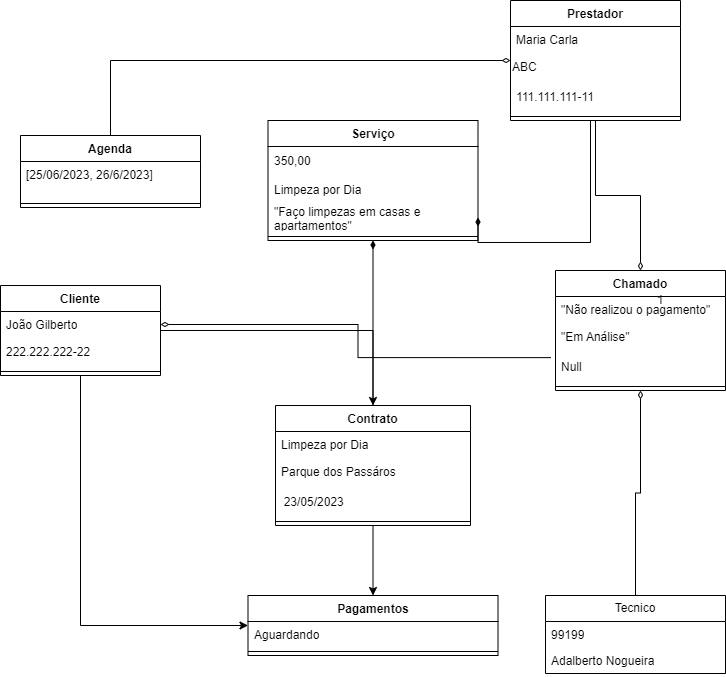
Earlier version of the draw.io export images/Objetos_Jobber.drawio.png (fabioschiavi/Jobber). Source tidied: cells renumbered, new cells last; positions are measured from the earlier drawing's top-left corner, leaving out a move shared by most shapes.
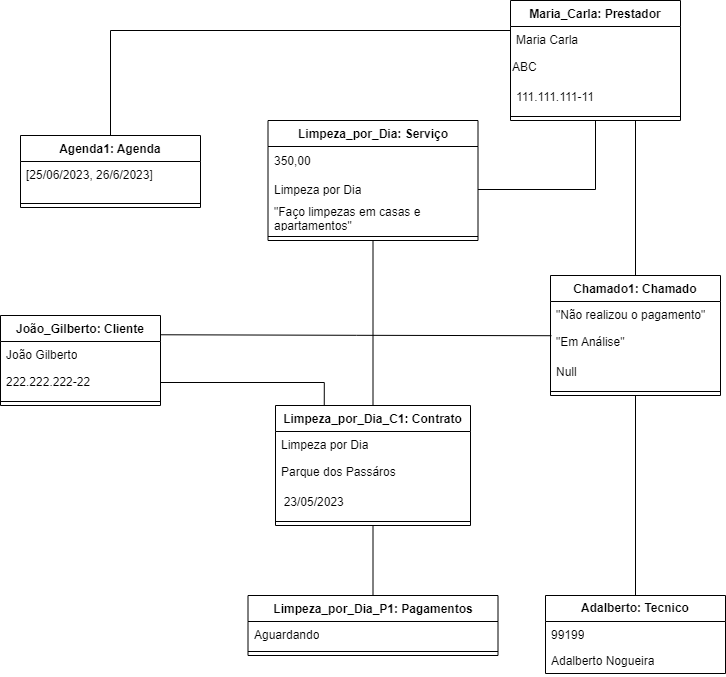
Above is the later version.

Commit message:
Atualização Diagramas de Classe e Objeto

Change to the diagram source:
```diff
@@ -2,13 +2,7 @@
   <root>
     <mxCell id="0" />
     <mxCell id="1" parent="0" />
-    <mxCell id="2" style="edgeStyle=orthogonalEdgeStyle;rounded=0;jettySize=auto;html=1;entryX=0.5;entryY=0;entryDx=0;entryDy=0;" parent="1" edge="1" source="4" target="9">
-      <mxGeometry relative="1" as="geometry" />
-    </mxCell>
-    <mxCell id="3" style="edgeStyle=orthogonalEdgeStyle;rounded=0;jettySize=auto;html=1;startArrow=none;startFill=0;endArrow=diamondThin;endFill=1;" parent="1" edge="1" source="4" target="34">
-      <mxGeometry relative="1" as="geometry" />
-    </mxCell>
-    <mxCell id="4" value="Contrato" style="swimlane;fontStyle=1;align=center;verticalAlign=top;horizontal=1;startSize=26;whiteSpace=wrap;html=1;" parent="1" vertex="1">
+    <mxCell id="4" value="Limpeza_por_Dia_C1: Contrato" style="swimlane;fontStyle=1;align=center;verticalAlign=top;horizontal=1;startSize=26;whiteSpace=wrap;html=1;" parent="1" vertex="1">
       <mxGeometry x="275" y="405" width="195" height="120" as="geometry" />
     </mxCell>
     <mxCell id="5" value="Limpeza por Dia" style="text;strokeColor=none;fillColor=none;align=left;verticalAlign=top;spacingLeft=4;spacingRight=4;overflow=hidden;whiteSpace=wrap;html=1;" parent="4" vertex="1">
@@ -23,7 +17,7 @@
     <mxCell id="8" style="line;strokeWidth=1;fillColor=none;align=left;verticalAlign=middle;spacingTop=-1;spacingLeft=3;spacingRight=3;labelPosition=right;strokeColor=inherit;" parent="4" vertex="1">
       <mxGeometry y="112" width="195" height="8" as="geometry" />
     </mxCell>
-    <mxCell id="9" value="Pagamentos" style="swimlane;fontStyle=1;align=center;verticalAlign=top;horizontal=1;startSize=26;whiteSpace=wrap;html=1;" parent="1" vertex="1">
+    <mxCell id="9" value="Limpeza_por_Dia_P1: Pagamentos" style="swimlane;fontStyle=1;align=center;verticalAlign=top;horizontal=1;startSize=26;whiteSpace=wrap;html=1;" parent="1" vertex="1">
       <mxGeometry x="247.5" y="595" width="250" height="60" as="geometry" />
     </mxCell>
     <mxCell id="10" value="Aguardando" style="text;strokeColor=none;fillColor=none;align=left;verticalAlign=top;spacingLeft=4;spacingRight=4;overflow=hidden;whiteSpace=wrap;html=1;" parent="9" vertex="1">
@@ -32,7 +26,10 @@
     <mxCell id="11" style="line;strokeWidth=1;fillColor=none;align=left;verticalAlign=middle;spacingTop=-1;spacingLeft=3;spacingRight=3;labelPosition=right;strokeColor=inherit;" parent="9" vertex="1">
       <mxGeometry y="52" width="250" height="8" as="geometry" />
     </mxCell>
+    <mxCell id="45" style="edgeStyle=orthogonalEdgeStyle;rounded=0;jettySize=auto;html=1;exitX=0.5;exitY=0;exitDx=0;exitDy=0;entryX=0;entryY=0.25;entryDx=0;entryDy=0;endArrow=none;endFill=0;" parent="1" edge="1" source="12" target="23">
+      <mxGeometry relative="1" as="geometry" />
+    </mxCell>
-    <mxCell id="12" value="Agenda" style="swimlane;fontStyle=1;align=center;verticalAlign=top;horizontal=1;startSize=26;whiteSpace=wrap;html=1;" parent="1" vertex="1">
+    <mxCell id="12" value="Agenda1: Agenda" style="swimlane;fontStyle=1;align=center;verticalAlign=top;horizontal=1;startSize=26;whiteSpace=wrap;html=1;" parent="1" vertex="1">
       <mxGeometry x="20" y="135" width="180" height="72" as="geometry" />
     </mxCell>
     <mxCell id="13" value="[25/06/2023, 26/6/2023]" style="text;strokeColor=none;fillColor=none;align=left;verticalAlign=top;spacingLeft=4;spacingRight=4;overflow=hidden;whiteSpace=wrap;html=1;" parent="12" vertex="1">
@@ -41,11 +38,8 @@
     <mxCell id="14" style="line;strokeWidth=1;fillColor=none;align=left;verticalAlign=middle;spacingTop=-1;spacingLeft=3;spacingRight=3;labelPosition=right;strokeColor=inherit;" parent="12" vertex="1">
       <mxGeometry y="64" width="180" height="8" as="geometry" />
     </mxCell>
-    <mxCell id="15" style="edgeStyle=orthogonalEdgeStyle;rounded=0;jettySize=auto;html=1;" parent="1" edge="1" source="16" target="4">
-      <mxGeometry relative="1" as="geometry" />
-    </mxCell>
-    <mxCell id="16" value="Cliente" style="swimlane;fontStyle=1;align=center;verticalAlign=top;horizontal=1;startSize=26;whiteSpace=wrap;html=1;" parent="1" vertex="1">
-      <mxGeometry y="285" width="160" height="90" as="geometry" />
+    <mxCell id="16" value="João_Gilberto: Cliente" style="swimlane;fontStyle=1;align=center;verticalAlign=top;horizontal=1;startSize=26;whiteSpace=wrap;html=1;" parent="1" vertex="1">
+      <mxGeometry y="315" width="160" height="90" as="geometry" />
     </mxCell>
     <mxCell id="17" value="João Gilberto" style="text;strokeColor=none;fillColor=none;align=left;verticalAlign=top;spacingLeft=4;spacingRight=4;overflow=hidden;points=[[0,0.5],[1,0.5]];portConstraint=eastwest;whiteSpace=wrap;html=1;" parent="16" vertex="1">
       <mxGeometry y="26" width="160" height="26" as="geometry" />
@@ -56,20 +50,17 @@
     <mxCell id="19" style="line;strokeWidth=1;fillColor=none;align=left;verticalAlign=middle;spacingTop=-1;spacingLeft=3;spacingRight=3;labelPosition=right;strokeColor=inherit;" parent="16" vertex="1">
       <mxGeometry y="82" width="160" height="8" as="geometry" />
     </mxCell>
-    <mxCell id="20" style="edgeStyle=orthogonalEdgeStyle;rounded=0;jettySize=auto;html=1;endArrow=none;endFill=0;startArrow=diamondThin;startFill=0;" parent="1" edge="1" source="23" target="12">
-      <mxGeometry relative="1" as="geometry" />
-    </mxCell>
-    <mxCell id="21" style="edgeStyle=orthogonalEdgeStyle;rounded=0;jettySize=auto;html=1;endArrow=diamondThin;endFill=0;startArrow=none;startFill=0;strokeWidth=1;endSize=6;targetPerimeterSpacing=0;" parent="1" edge="1" source="23" target="29">
-      <mxGeometry relative="1" as="geometry" />
+    <mxCell id="21" style="edgeStyle=orthogonalEdgeStyle;rounded=0;jettySize=auto;html=1;exitX=0.75;exitY=1;exitDx=0;exitDy=0;entryX=0.5;entryY=0;entryDx=0;entryDy=0;endArrow=none;endFill=0;" parent="1" edge="1" source="23" target="29">
+      <mxGeometry relative="1" as="geometry">
+        <Array as="points">
+          <mxPoint x="635" y="120" />
+        </Array>
+      </mxGeometry>
     </mxCell>
-    <mxCell id="22" style="edgeStyle=orthogonalEdgeStyle;rounded=0;jettySize=auto;html=1;entryX=1;entryY=0.5;entryDx=0;entryDy=0;endArrow=diamondThin;endFill=1;startArrow=none;startFill=0;" parent="1" edge="1" source="23" target="37">
-      <mxGeometry relative="1" as="geometry">
-        <Array as="points">
-          <mxPoint x="590" y="242" />
-        </Array>
-      </mxGeometry>
-    </mxCell>
+    <mxCell id="46" style="edgeStyle=orthogonalEdgeStyle;rounded=0;jettySize=auto;html=1;exitX=0.5;exitY=1;exitDx=0;exitDy=0;entryX=1;entryY=0.5;entryDx=0;entryDy=0;endArrow=none;endFill=0;" parent="1" edge="1" source="23" target="36">
+      <mxGeometry relative="1" as="geometry" />
+    </mxCell>
-    <mxCell id="23" value="Prestador" style="swimlane;fontStyle=1;align=center;verticalAlign=top;horizontal=1;startSize=26;whiteSpace=wrap;html=1;" parent="1" vertex="1">
+    <mxCell id="23" value="Maria_Carla: Prestador" style="swimlane;fontStyle=1;align=center;verticalAlign=top;horizontal=1;startSize=26;whiteSpace=wrap;html=1;" parent="1" vertex="1">
       <mxGeometry x="510" width="170" height="120" as="geometry" />
     </mxCell>
     <mxCell id="24" value="Maria Carla" style="text;strokeColor=none;fillColor=none;align=left;verticalAlign=top;spacingLeft=4;spacingRight=4;overflow=hidden;whiteSpace=wrap;html=1;" parent="23" vertex="1">
@@ -84,11 +75,8 @@
     <mxCell id="27" style="line;strokeWidth=1;fillColor=none;align=left;verticalAlign=middle;spacingTop=-1;spacingLeft=3;spacingRight=3;labelPosition=right;strokeColor=inherit;" parent="23" vertex="1">
       <mxGeometry y="112" width="170" height="8" as="geometry" />
     </mxCell>
-    <mxCell id="28" style="edgeStyle=orthogonalEdgeStyle;rounded=0;jettySize=auto;html=1;endArrow=none;endFill=0;startArrow=diamondThin;startFill=0;" parent="1" edge="1" source="29" target="39">
-      <mxGeometry relative="1" as="geometry" />
-    </mxCell>
-    <mxCell id="29" value="Chamado" style="swimlane;fontStyle=1;align=center;verticalAlign=top;horizontal=1;startSize=26;whiteSpace=wrap;html=1;" parent="1" vertex="1">
-      <mxGeometry x="555" y="270" width="170" height="120" as="geometry" />
+    <mxCell id="29" value="Chamado1: Chamado" style="swimlane;fontStyle=1;align=center;verticalAlign=top;horizontal=1;startSize=26;whiteSpace=wrap;html=1;" parent="1" vertex="1">
+      <mxGeometry x="550" y="275" width="170" height="120" as="geometry" />
     </mxCell>
     <mxCell id="30" value="&quot;Não realizou o pagamento&quot;" style="text;strokeColor=none;fillColor=none;align=left;verticalAlign=top;spacingLeft=4;spacingRight=4;overflow=hidden;whiteSpace=wrap;html=1;" parent="29" vertex="1">
       <mxGeometry y="26" width="170" height="26" as="geometry" />
@@ -102,7 +90,7 @@
     <mxCell id="33" style="line;strokeWidth=1;fillColor=none;align=left;verticalAlign=middle;spacingTop=-1;spacingLeft=3;spacingRight=3;labelPosition=right;strokeColor=inherit;" parent="29" vertex="1">
       <mxGeometry y="112" width="170" height="8" as="geometry" />
     </mxCell>
-    <mxCell id="34" value="Serviço" style="swimlane;fontStyle=1;align=center;verticalAlign=top;horizontal=1;startSize=26;whiteSpace=wrap;html=1;" parent="1" vertex="1">
+    <mxCell id="34" value="Limpeza_por_Dia: Serviço" style="swimlane;fontStyle=1;align=center;verticalAlign=top;horizontal=1;startSize=26;whiteSpace=wrap;html=1;" parent="1" vertex="1">
       <mxGeometry x="267.5" y="120" width="210" height="120" as="geometry" />
     </mxCell>
     <mxCell id="35" value="350,00" style="text;strokeColor=none;fillColor=none;align=left;verticalAlign=middle;spacingLeft=4;spacingRight=4;overflow=hidden;whiteSpace=wrap;html=1;" parent="34" vertex="1">
@@ -117,7 +105,10 @@
     <mxCell id="38" style="line;strokeWidth=1;fillColor=none;align=left;verticalAlign=middle;spacingTop=-1;spacingLeft=3;spacingRight=3;labelPosition=right;strokeColor=inherit;" parent="34" vertex="1">
       <mxGeometry y="112" width="210" height="8" as="geometry" />
     </mxCell>
+    <mxCell id="47" style="edgeStyle=orthogonalEdgeStyle;rounded=0;jettySize=auto;html=1;exitX=0.5;exitY=0;exitDx=0;exitDy=0;entryX=0.5;entryY=1;entryDx=0;entryDy=0;endArrow=none;endFill=0;" parent="1" edge="1" source="39" target="29">
+      <mxGeometry relative="1" as="geometry" />
+    </mxCell>
-    <mxCell id="39" value="Tecnico" style="swimlane;fontStyle=0;horizontal=1;startSize=26;fillColor=none;whiteSpace=wrap;html=1;" parent="1" vertex="1">
+    <mxCell id="39" value="&lt;b&gt;Adalberto: Tecnico&lt;/b&gt;" style="swimlane;fontStyle=0;horizontal=1;startSize=26;fillColor=none;whiteSpace=wrap;html=1;" parent="1" vertex="1">
       <mxGeometry x="545" y="595" width="180" height="78" as="geometry" />
     </mxCell>
     <mxCell id="40" value="99199" style="text;strokeColor=none;fillColor=none;align=left;verticalAlign=top;spacingLeft=4;spacingRight=4;overflow=hidden;whiteSpace=wrap;html=1;" parent="39" vertex="1">
@@ -126,14 +117,20 @@
     <mxCell id="41" value="Adalberto Nogueira" style="text;strokeColor=none;fillColor=none;align=left;verticalAlign=top;spacingLeft=4;spacingRight=4;overflow=hidden;whiteSpace=wrap;html=1;" parent="39" vertex="1">
       <mxGeometry y="52" width="180" height="26" as="geometry" />
     </mxCell>
-    <mxCell id="42" style="edgeStyle=orthogonalEdgeStyle;rounded=0;jettySize=auto;html=1;entryX=0;entryY=0.5;entryDx=0;entryDy=0;exitX=0.5;exitY=1;exitDx=0;exitDy=0;" parent="1" edge="1" source="16" target="9">
-      <mxGeometry relative="1" as="geometry" />
-    </mxCell>
-    <mxCell id="43" style="edgeStyle=orthogonalEdgeStyle;rounded=0;jettySize=auto;html=1;entryX=-0.027;entryY=0.171;entryDx=0;entryDy=0;entryPerimeter=0;endArrow=none;endFill=0;startArrow=diamondThin;startFill=0;" parent="1" edge="1" source="17" target="32">
-      <mxGeometry relative="1" as="geometry" />
-    </mxCell>
-    <mxCell id="44" value="1" style="text;html=1;strokeColor=none;fillColor=none;align=center;verticalAlign=middle;whiteSpace=wrap;rounded=0;" parent="1" vertex="1">
-      <mxGeometry x="630" y="285" width="60" height="30" as="geometry" />
-    </mxCell>
+    <mxCell id="2" style="endArrow=none;html=1;rounded=0;exitX=0.5;exitY=1;exitDx=0;exitDy=0;entryX=0.5;entryY=0;entryDx=0;entryDy=0;" parent="1" edge="1" source="4" target="9">
+      <mxGeometry relative="1" as="geometry" />
+    </mxCell>
+    <mxCell id="48" style="endArrow=none;html=1;rounded=0;entryX=0.5;entryY=0;entryDx=0;entryDy=0;exitX=0.5;exitY=1;exitDx=0;exitDy=0;" parent="1" edge="1" source="34" target="4">
+      <mxGeometry relative="1" as="geometry" />
+    </mxCell>
+    <mxCell id="49" style="edgeStyle=orthogonalEdgeStyle;rounded=0;jettySize=auto;html=1;exitX=1;exitY=0.5;exitDx=0;exitDy=0;entryX=0.25;entryY=0;entryDx=0;entryDy=0;endArrow=none;endFill=0;" parent="1" edge="1" source="18" target="4">
+      <mxGeometry relative="1" as="geometry" />
+    </mxCell>
+    <mxCell id="50" style="edgeStyle=orthogonalEdgeStyle;rounded=0;orthogonalLoop=1;jettySize=auto;html=1;exitX=1;exitY=0.5;exitDx=0;exitDy=0;endArrow=none;endFill=0;" parent="1" edge="1">
+      <mxGeometry relative="1" as="geometry">
+        <mxPoint x="160" y="334.3" as="sourcePoint" />
+        <mxPoint x="551" y="335.2" as="targetPoint" />
+      </mxGeometry>
+    </mxCell>
   </root>
 </mxGraphModel>
```
